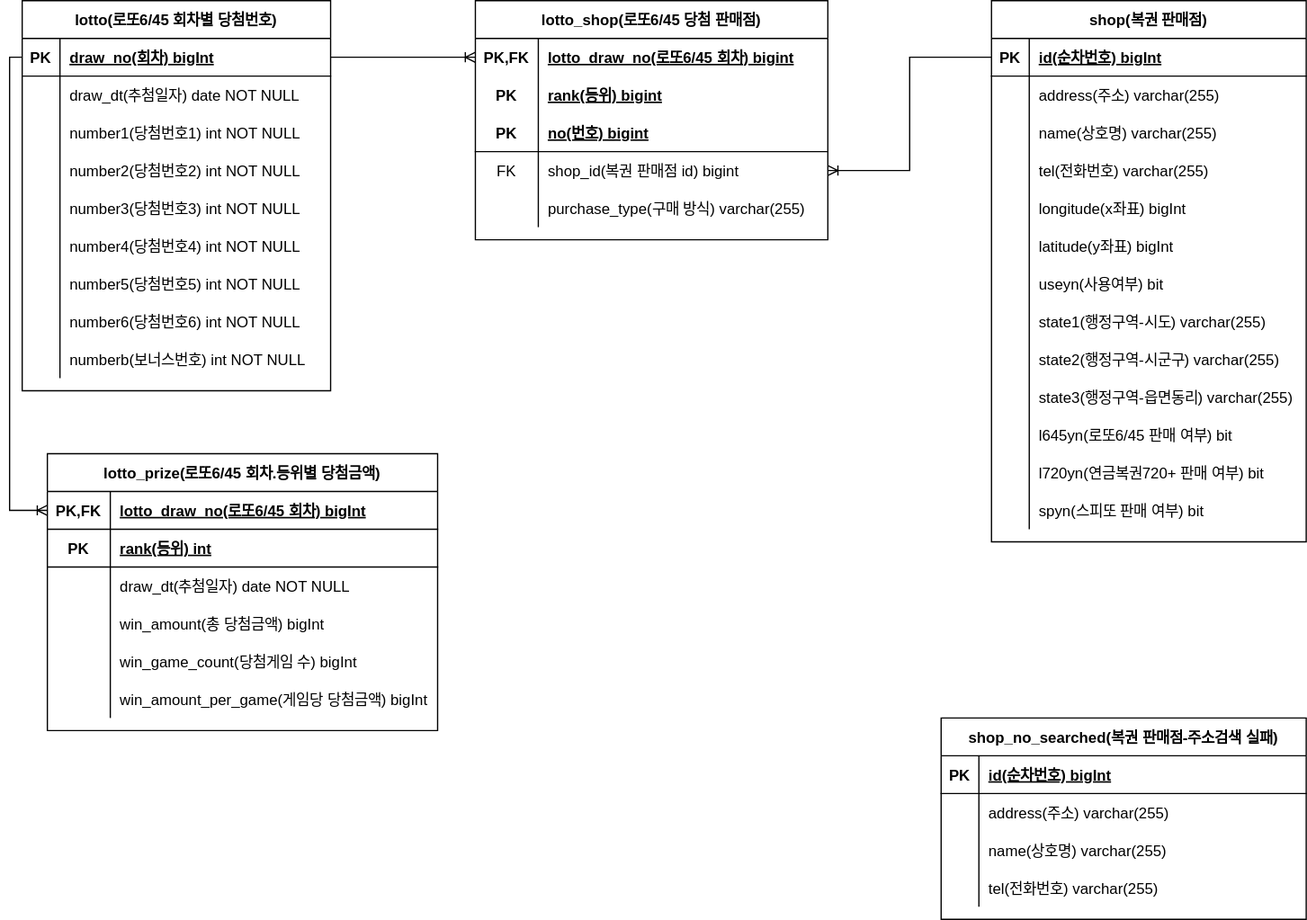
Earlier version of the draw.io export documents/erd.svg (pyo92/project-lottery). Source tidied: cells renumbered, new cells last; positions are measured from the earlier drawing's top-left corner, leaving out a move shared by most shapes.
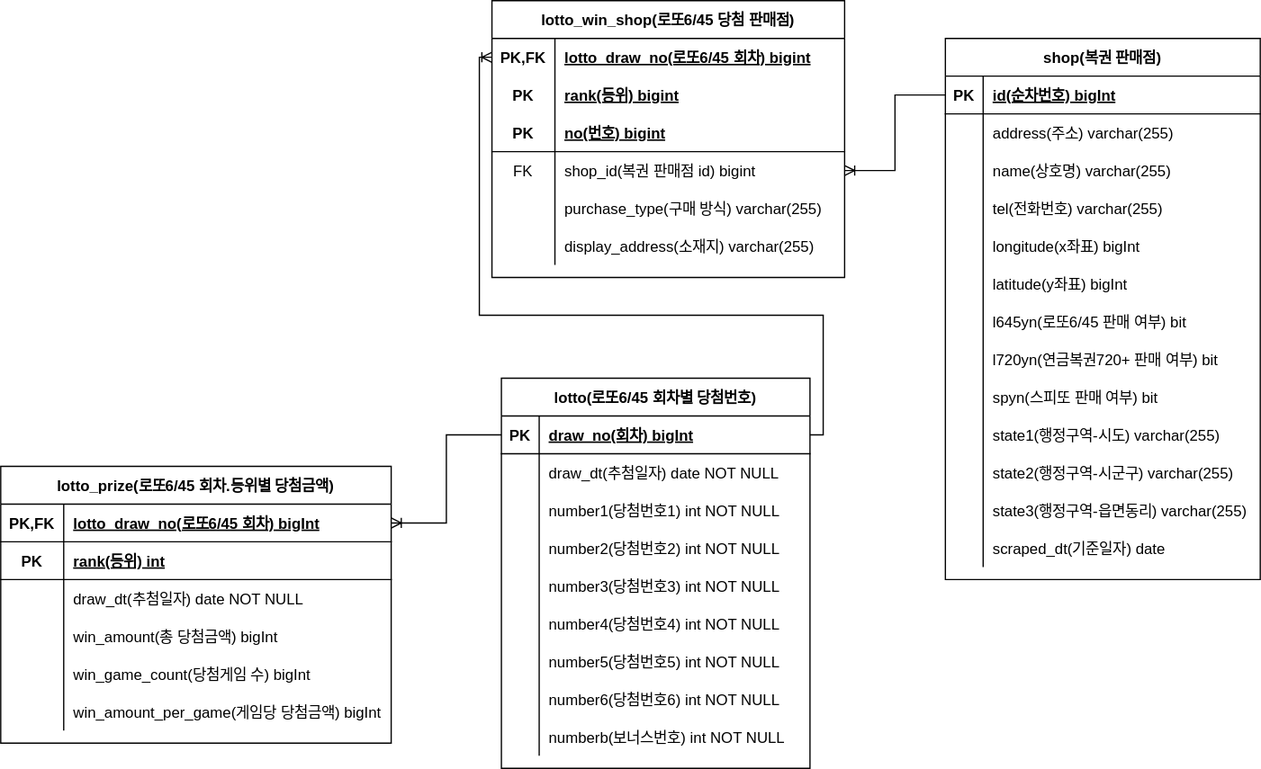
The same diagram one commit later.

Commit message:
[docs] #27 : 로또 6/45 도메인 설계 변경 - ERD

entity class 설계 변경사항을 ERD 에 반영했다.

Diff of the diagram source:
```diff
@@ -3,7 +3,7 @@
     <mxCell id="0" />
     <mxCell id="1" parent="0" />
     <mxCell id="2" value="lotto(로또6/45 회차별 당첨번호)" style="shape=table;startSize=30;rowLines=0;fontStyle=1;align=center;" parent="1" vertex="1">
-      <mxGeometry width="245" height="310" as="geometry" />
+      <mxGeometry x="412.5" y="355" width="245" height="310" as="geometry" />
     </mxCell>
     <mxCell id="3" style="shape=partialRectangle;fillColor=none;points=[[0,0.5],[1,0.5]];portConstraint=eastwest;top=0;left=0;right=0;bottom=1;" parent="2" vertex="1">
       <mxGeometry y="30" width="245" height="30" as="geometry" />
@@ -87,7 +87,7 @@
       <mxGeometry x="30" width="215" height="30" as="geometry" />
     </mxCell>
     <mxCell id="30" value="lotto_prize(로또6/45 회차.등위별 당첨금액)" style="shape=table;startSize=30;rowLines=0;fontStyle=1;align=center;" parent="1" vertex="1">
-      <mxGeometry x="20" y="360" width="310" height="220" as="geometry" />
+      <mxGeometry x="15" y="425" width="310" height="220" as="geometry" />
     </mxCell>
     <mxCell id="31" style="shape=partialRectangle;fillColor=none;points=[[0,0.5],[1,0.5]];portConstraint=eastwest;top=0;left=0;right=0;bottom=1;" parent="30" vertex="1">
       <mxGeometry y="30" width="310" height="30" as="geometry" />
@@ -143,11 +143,11 @@
     <mxCell id="48" value="win_amount_per_game(게임당 당첨금액) bigInt" style="shape=partialRectangle;overflow=hidden;fillColor=none;top=0;left=0;bottom=0;right=0;align=left;spacingLeft=6;" parent="46" vertex="1">
       <mxGeometry x="50" width="260" height="30" as="geometry" />
     </mxCell>
-    <mxCell id="49" style="edgeStyle=orthogonalEdgeStyle;fontSize=12;html=1;endArrow=ERoneToMany;rounded=0;exitX=0;exitY=0.5;exitDx=0;exitDy=0;entryX=0;entryY=0.5;entryDx=0;entryDy=0;" parent="1" edge="1" source="3" target="31">
+    <mxCell id="49" style="edgeStyle=orthogonalEdgeStyle;fontSize=12;html=1;endArrow=ERoneToMany;rounded=0;exitX=0;exitY=0.5;exitDx=0;exitDy=0;entryX=1;entryY=0.5;entryDx=0;entryDy=0;" parent="1" edge="1" source="3" target="31">
       <mxGeometry relative="1" as="geometry" />
     </mxCell>
     <mxCell id="50" value="shop(복권 판매점)" style="shape=table;startSize=30;rowLines=0;fontStyle=1;align=center;" parent="1" vertex="1">
-      <mxGeometry x="770" width="250" height="430" as="geometry" />
+      <mxGeometry x="765" y="85" width="250" height="430" as="geometry" />
     </mxCell>
     <mxCell id="51" style="shape=partialRectangle;fillColor=none;points=[[0,0.5],[1,0.5]];portConstraint=eastwest;top=0;left=0;right=0;bottom=1;" parent="50" vertex="1">
       <mxGeometry y="30" width="250" height="30" as="geometry" />
@@ -203,17 +203,35 @@
     <mxCell id="68" value="latitude(y좌표) bigInt" style="shape=partialRectangle;overflow=hidden;fillColor=none;top=0;left=0;bottom=0;right=0;align=left;spacingLeft=6;" parent="66" vertex="1">
       <mxGeometry x="30" width="220" height="30" as="geometry" />
     </mxCell>
-    <mxCell id="69" style="shape=partialRectangle;fillColor=none;top=0;left=0;right=0;bottom=0;" parent="50" vertex="1">
-      <mxGeometry y="210" width="250" height="30" as="geometry" />
-    </mxCell>
-    <mxCell id="70" style="shape=partialRectangle;overflow=hidden;fillColor=none;top=0;left=0;bottom=0;right=0;" parent="69" vertex="1">
-      <mxGeometry width="30" height="30" as="geometry" />
-    </mxCell>
-    <mxCell id="71" value="useyn(사용여부) bit" style="shape=partialRectangle;overflow=hidden;fillColor=none;top=0;left=0;bottom=0;right=0;align=left;spacingLeft=6;" parent="69" vertex="1">
-      <mxGeometry x="30" width="220" height="30" as="geometry" />
-    </mxCell>
+    <mxCell id="81" style="shape=partialRectangle;fillColor=none;top=0;left=0;right=0;bottom=0;" parent="50" vertex="1">
+      <mxGeometry y="210" width="250" height="30" as="geometry" />
+    </mxCell>
+    <mxCell id="82" style="shape=partialRectangle;overflow=hidden;fillColor=none;top=0;left=0;bottom=0;right=0;" parent="81" vertex="1">
+      <mxGeometry width="30" height="30" as="geometry" />
+    </mxCell>
+    <mxCell id="83" value="l645yn(로또6/45 판매 여부) bit" style="shape=partialRectangle;overflow=hidden;fillColor=none;top=0;left=0;bottom=0;right=0;align=left;spacingLeft=6;" parent="81" vertex="1">
+      <mxGeometry x="30" width="220" height="30" as="geometry" />
+    </mxCell>
+    <mxCell id="84" style="shape=partialRectangle;fillColor=none;top=0;left=0;right=0;bottom=0;" parent="50" vertex="1">
+      <mxGeometry y="240" width="250" height="30" as="geometry" />
+    </mxCell>
+    <mxCell id="85" style="shape=partialRectangle;overflow=hidden;fillColor=none;top=0;left=0;bottom=0;right=0;" parent="84" vertex="1">
+      <mxGeometry width="30" height="30" as="geometry" />
+    </mxCell>
+    <mxCell id="86" value="l720yn(연금복권720+ 판매 여부) bit" style="shape=partialRectangle;overflow=hidden;fillColor=none;top=0;left=0;bottom=0;right=0;align=left;spacingLeft=6;" parent="84" vertex="1">
+      <mxGeometry x="30" width="220" height="30" as="geometry" />
+    </mxCell>
+    <mxCell id="87" style="shape=partialRectangle;fillColor=none;top=0;left=0;right=0;bottom=0;" parent="50" vertex="1">
+      <mxGeometry y="270" width="250" height="30" as="geometry" />
+    </mxCell>
+    <mxCell id="88" style="shape=partialRectangle;overflow=hidden;fillColor=none;top=0;left=0;bottom=0;right=0;" parent="87" vertex="1">
+      <mxGeometry width="30" height="30" as="geometry" />
+    </mxCell>
+    <mxCell id="89" value="spyn(스피또 판매 여부) bit" style="shape=partialRectangle;overflow=hidden;fillColor=none;top=0;left=0;bottom=0;right=0;align=left;spacingLeft=6;" parent="87" vertex="1">
+      <mxGeometry x="30" width="220" height="30" as="geometry" />
+    </mxCell>
     <mxCell id="72" style="shape=partialRectangle;fillColor=none;top=0;left=0;right=0;bottom=0;" parent="50" vertex="1">
-      <mxGeometry y="240" width="250" height="30" as="geometry" />
+      <mxGeometry y="300" width="250" height="30" as="geometry" />
     </mxCell>
     <mxCell id="73" style="shape=partialRectangle;overflow=hidden;fillColor=none;top=0;left=0;bottom=0;right=0;" parent="72" vertex="1">
       <mxGeometry width="30" height="30" as="geometry" />
@@ -222,7 +240,7 @@
       <mxGeometry x="30" width="220" height="30" as="geometry" />
     </mxCell>
     <mxCell id="75" style="shape=partialRectangle;fillColor=none;top=0;left=0;right=0;bottom=0;" parent="50" vertex="1">
-      <mxGeometry y="270" width="250" height="30" as="geometry" />
+      <mxGeometry y="330" width="250" height="30" as="geometry" />
     </mxCell>
     <mxCell id="76" style="shape=partialRectangle;overflow=hidden;fillColor=none;top=0;left=0;bottom=0;right=0;" parent="75" vertex="1">
       <mxGeometry width="30" height="30" as="geometry" />
@@ -231,7 +249,7 @@
       <mxGeometry x="30" width="220" height="30" as="geometry" />
     </mxCell>
     <mxCell id="78" style="shape=partialRectangle;fillColor=none;top=0;left=0;right=0;bottom=0;" parent="50" vertex="1">
-      <mxGeometry y="300" width="250" height="30" as="geometry" />
+      <mxGeometry y="360" width="250" height="30" as="geometry" />
     </mxCell>
     <mxCell id="79" style="shape=partialRectangle;overflow=hidden;fillColor=none;top=0;left=0;bottom=0;right=0;" parent="78" vertex="1">
       <mxGeometry width="30" height="30" as="geometry" />
@@ -239,74 +257,17 @@
     <mxCell id="80" value="state3(행정구역-읍면동리) varchar(255)" style="shape=partialRectangle;overflow=hidden;fillColor=none;top=0;left=0;bottom=0;right=0;align=left;spacingLeft=6;" parent="78" vertex="1">
       <mxGeometry x="30" width="220" height="30" as="geometry" />
     </mxCell>
-    <mxCell id="81" style="shape=partialRectangle;fillColor=none;top=0;left=0;right=0;bottom=0;" parent="50" vertex="1">
-      <mxGeometry y="330" width="250" height="30" as="geometry" />
-    </mxCell>
-    <mxCell id="82" style="shape=partialRectangle;overflow=hidden;fillColor=none;top=0;left=0;bottom=0;right=0;" parent="81" vertex="1">
-      <mxGeometry width="30" height="30" as="geometry" />
-    </mxCell>
-    <mxCell id="83" value="l645yn(로또6/45 판매 여부) bit" style="shape=partialRectangle;overflow=hidden;fillColor=none;top=0;left=0;bottom=0;right=0;align=left;spacingLeft=6;" parent="81" vertex="1">
-      <mxGeometry x="30" width="220" height="30" as="geometry" />
-    </mxCell>
-    <mxCell id="84" style="shape=partialRectangle;fillColor=none;top=0;left=0;right=0;bottom=0;" parent="50" vertex="1">
-      <mxGeometry y="360" width="250" height="30" as="geometry" />
-    </mxCell>
-    <mxCell id="85" style="shape=partialRectangle;overflow=hidden;fillColor=none;top=0;left=0;bottom=0;right=0;" parent="84" vertex="1">
-      <mxGeometry width="30" height="30" as="geometry" />
-    </mxCell>
-    <mxCell id="86" value="l720yn(연금복권720+ 판매 여부) bit" style="shape=partialRectangle;overflow=hidden;fillColor=none;top=0;left=0;bottom=0;right=0;align=left;spacingLeft=6;" parent="84" vertex="1">
-      <mxGeometry x="30" width="220" height="30" as="geometry" />
-    </mxCell>
-    <mxCell id="87" style="shape=partialRectangle;fillColor=none;top=0;left=0;right=0;bottom=0;" parent="50" vertex="1">
-      <mxGeometry y="390" width="250" height="30" as="geometry" />
-    </mxCell>
-    <mxCell id="88" style="shape=partialRectangle;overflow=hidden;fillColor=none;top=0;left=0;bottom=0;right=0;" parent="87" vertex="1">
-      <mxGeometry width="30" height="30" as="geometry" />
-    </mxCell>
-    <mxCell id="89" value="spyn(스피또 판매 여부) bit" style="shape=partialRectangle;overflow=hidden;fillColor=none;top=0;left=0;bottom=0;right=0;align=left;spacingLeft=6;" parent="87" vertex="1">
-      <mxGeometry x="30" width="220" height="30" as="geometry" />
-    </mxCell>
-    <mxCell id="90" value="shop_no_searched(복권 판매점-주소검색 실패)" style="shape=table;startSize=30;rowLines=0;fontStyle=1;align=center;" parent="1" vertex="1">
-      <mxGeometry x="730" y="570" width="290" height="160" as="geometry" />
-    </mxCell>
-    <mxCell id="91" style="shape=partialRectangle;fillColor=none;top=0;left=0;right=0;bottom=1;" parent="90" vertex="1">
-      <mxGeometry y="30" width="290" height="30" as="geometry" />
-    </mxCell>
-    <mxCell id="92" value="PK" style="shape=partialRectangle;overflow=hidden;fillColor=none;top=0;left=0;bottom=0;right=0;fontStyle=1;" parent="91" vertex="1">
-      <mxGeometry width="30" height="30" as="geometry" />
-    </mxCell>
-    <mxCell id="93" value="id(순차번호) bigInt" style="shape=partialRectangle;overflow=hidden;fillColor=none;top=0;left=0;bottom=0;right=0;align=left;spacingLeft=6;fontStyle=5;" parent="91" vertex="1">
-      <mxGeometry x="30" width="260" height="30" as="geometry" />
-    </mxCell>
-    <mxCell id="94" style="shape=partialRectangle;fillColor=none;top=0;left=0;right=0;bottom=0;" parent="90" vertex="1">
-      <mxGeometry y="60" width="290" height="30" as="geometry" />
-    </mxCell>
-    <mxCell id="95" style="shape=partialRectangle;overflow=hidden;fillColor=none;top=0;left=0;bottom=0;right=0;" parent="94" vertex="1">
-      <mxGeometry width="30" height="30" as="geometry" />
-    </mxCell>
-    <mxCell id="96" value="address(주소) varchar(255)" style="shape=partialRectangle;overflow=hidden;fillColor=none;top=0;left=0;bottom=0;right=0;align=left;spacingLeft=6;" parent="94" vertex="1">
-      <mxGeometry x="30" width="260" height="30" as="geometry" />
-    </mxCell>
-    <mxCell id="97" style="shape=partialRectangle;fillColor=none;top=0;left=0;right=0;bottom=0;" parent="90" vertex="1">
-      <mxGeometry y="90" width="290" height="30" as="geometry" />
-    </mxCell>
-    <mxCell id="98" style="shape=partialRectangle;overflow=hidden;fillColor=none;top=0;left=0;bottom=0;right=0;" parent="97" vertex="1">
-      <mxGeometry width="30" height="30" as="geometry" />
-    </mxCell>
-    <mxCell id="99" value="name(상호명) varchar(255)" style="shape=partialRectangle;overflow=hidden;fillColor=none;top=0;left=0;bottom=0;right=0;align=left;spacingLeft=6;" parent="97" vertex="1">
-      <mxGeometry x="30" width="260" height="30" as="geometry" />
-    </mxCell>
-    <mxCell id="100" style="shape=partialRectangle;fillColor=none;top=0;left=0;right=0;bottom=0;" parent="90" vertex="1">
-      <mxGeometry y="120" width="290" height="30" as="geometry" />
-    </mxCell>
-    <mxCell id="101" style="shape=partialRectangle;overflow=hidden;fillColor=none;top=0;left=0;bottom=0;right=0;" parent="100" vertex="1">
-      <mxGeometry width="30" height="30" as="geometry" />
-    </mxCell>
-    <mxCell id="102" value="tel(전화번호) varchar(255)" style="shape=partialRectangle;overflow=hidden;fillColor=none;top=0;left=0;bottom=0;right=0;align=left;spacingLeft=6;" parent="100" vertex="1">
-      <mxGeometry x="30" width="260" height="30" as="geometry" />
-    </mxCell>
+    <mxCell id="121" style="shape=partialRectangle;fillColor=none;top=0;left=0;right=0;bottom=0;" parent="50" vertex="1">
+      <mxGeometry y="390" width="250" height="30" as="geometry" />
+    </mxCell>
+    <mxCell id="122" style="shape=partialRectangle;overflow=hidden;fillColor=none;top=0;left=0;bottom=0;right=0;" parent="121" vertex="1">
+      <mxGeometry width="30" height="30" as="geometry" />
+    </mxCell>
+    <mxCell id="123" value="scraped_dt(기준일자) date" style="shape=partialRectangle;overflow=hidden;fillColor=none;top=0;left=0;bottom=0;right=0;align=left;spacingLeft=6;" parent="121" vertex="1">
+      <mxGeometry x="30" width="220" height="30" as="geometry" />
+    </mxCell>
-    <mxCell id="103" value="lotto_shop(로또6/45 당첨 판매점)" style="shape=table;startSize=30;rowLines=0;fontStyle=1;align=center;" parent="1" vertex="1">
-      <mxGeometry x="360" width="280" height="190" as="geometry" />
+    <mxCell id="103" value="lotto_win_shop(로또6/45 당첨 판매점)" style="shape=table;startSize=30;rowLines=0;fontStyle=1;align=center;" parent="1" vertex="1">
+      <mxGeometry x="405" y="55" width="280" height="220" as="geometry" />
     </mxCell>
     <mxCell id="104" style="shape=partialRectangle;fillColor=none;points=[[0,0.5],[1,0.5]];portConstraint=eastwest;top=0;left=0;right=0;bottom=0;" parent="103" vertex="1">
       <mxGeometry y="30" width="280" height="30" as="geometry" />
@@ -353,8 +314,24 @@
     <mxCell id="118" value="purchase_type(구매 방식) varchar(255)" style="shape=partialRectangle;overflow=hidden;fillColor=none;top=0;left=0;bottom=0;right=0;align=left;spacingLeft=6;" parent="116" vertex="1">
       <mxGeometry x="50" width="230" height="30" as="geometry" />
     </mxCell>
+    <mxCell id="124" style="shape=partialRectangle;fillColor=none;top=0;left=0;right=0;bottom=0;" parent="103" vertex="1">
+      <mxGeometry y="180" width="280" height="30" as="geometry" />
+    </mxCell>
+    <mxCell id="125" style="shape=partialRectangle;overflow=hidden;fillColor=none;top=0;left=0;bottom=0;right=0;" parent="124" vertex="1">
+      <mxGeometry width="50" height="30" as="geometry" />
+    </mxCell>
+    <mxCell id="126" value="display_address(소재지) varchar(255)" style="shape=partialRectangle;overflow=hidden;fillColor=none;top=0;left=0;bottom=0;right=0;align=left;spacingLeft=6;" parent="124" vertex="1">
+      <mxGeometry x="50" width="230" height="30" as="geometry" />
+    </mxCell>
     <mxCell id="119" style="edgeStyle=orthogonalEdgeStyle;fontSize=12;html=1;endArrow=ERoneToMany;rounded=0;exitX=1;exitY=0.5;exitDx=0;exitDy=0;entryX=0;entryY=0.5;entryDx=0;entryDy=0;" parent="1" edge="1" source="3" target="104">
-      <mxGeometry relative="1" as="geometry" />
+      <mxGeometry relative="1" as="geometry">
+        <Array as="points">
+          <mxPoint x="668" y="400" />
+          <mxPoint x="668" y="305" />
+          <mxPoint x="395" y="305" />
+          <mxPoint x="395" y="100" />
+        </Array>
+      </mxGeometry>
     </mxCell>
     <mxCell id="120" style="edgeStyle=orthogonalEdgeStyle;fontSize=12;html=1;endArrow=ERoneToMany;rounded=0;exitX=0;exitY=0.5;exitDx=0;exitDy=0;entryX=1;entryY=0.5;entryDx=0;entryDy=0;" parent="1" edge="1" source="51" target="113">
       <mxGeometry relative="1" as="geometry" />
```
